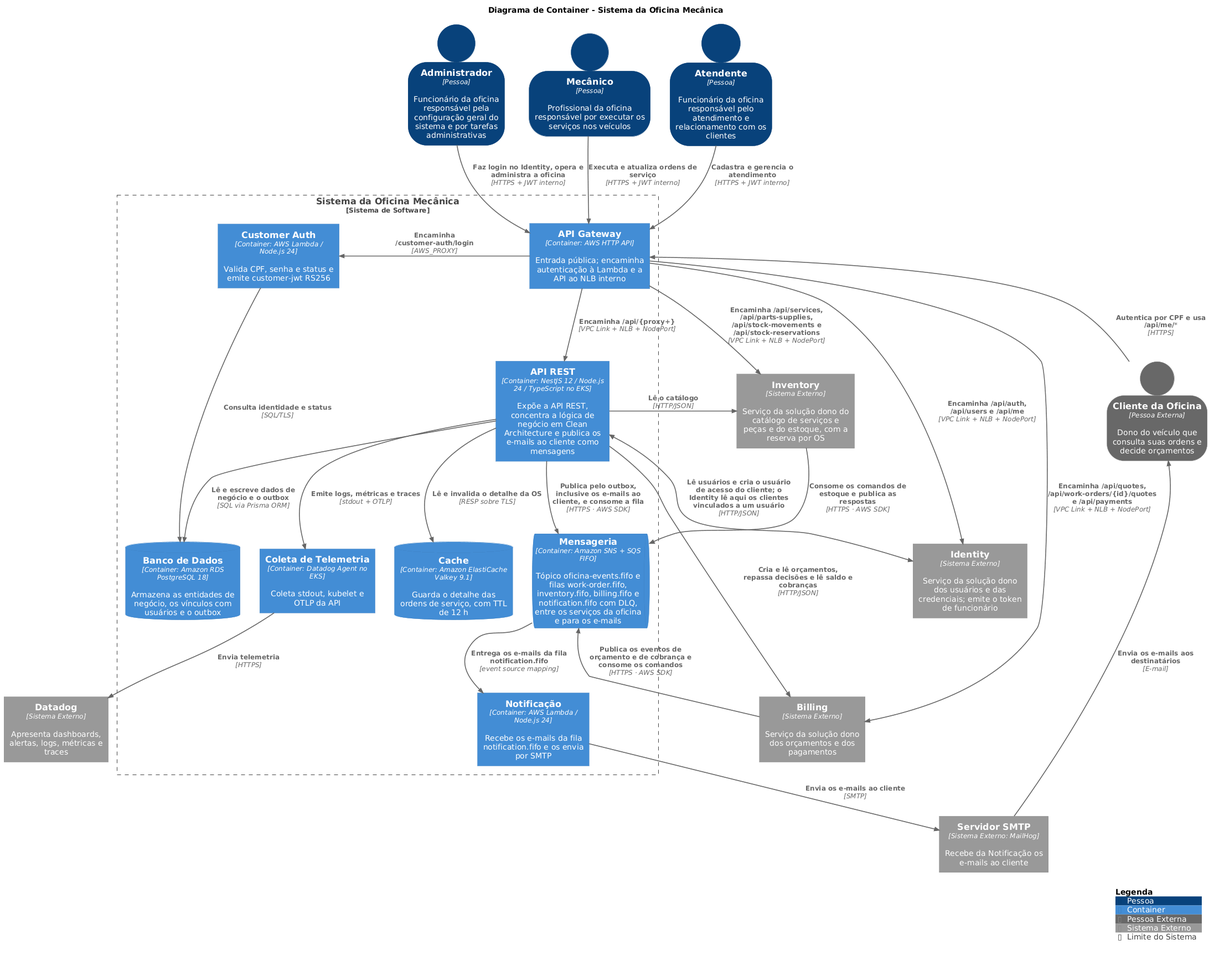
Before: docs/c4/images/c4-container.png, a diagram exported from PlantUML (FIAP-15SOAT/oficina-mecanica-work-order-service).
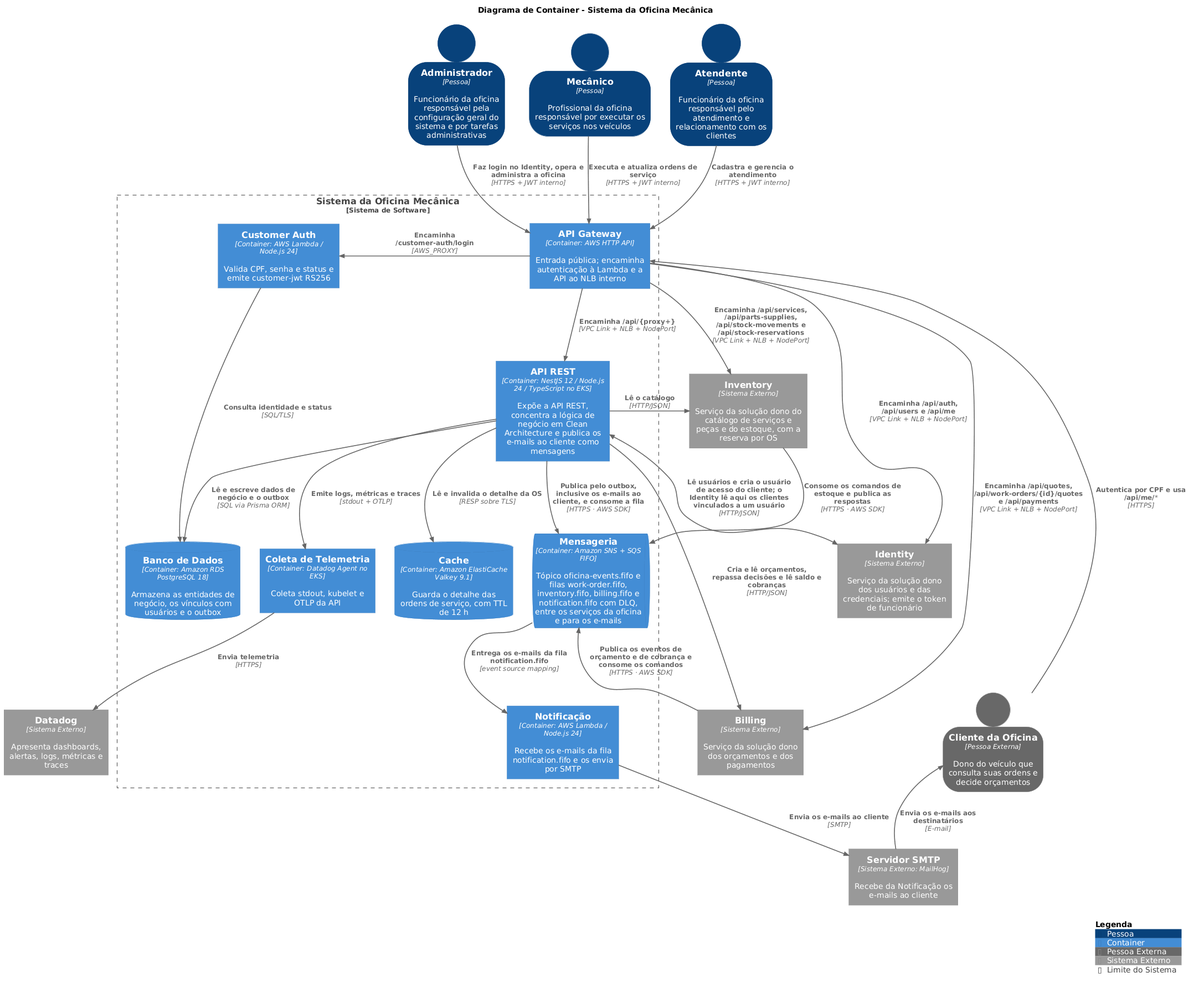
The same diagram one commit later.

Commit message:
docs(work-order): untangle C4 container and component diagrams

The edit, as a diff of the source:
```diff
@@ -61,7 +61,9 @@
 Rel(agent, datadog, "Envia telemetria", "HTTPS")
 Rel(messaging, notification, "Entrega os e-mails da fila notification.fifo", "event source mapping")
 Rel(notification, smtp, "Envia os e-mails ao cliente", "SMTP")
-Lay_D(inventory, billing)
+Lay_D(inventory, identity)
+Lay_D(identity, billing)
+Lay_D(cliente, smtp)
 Rel_U(smtp, cliente, "Envia os e-mails aos destinatários", "E-mail")
 
 SHOW_LEGEND()
```
